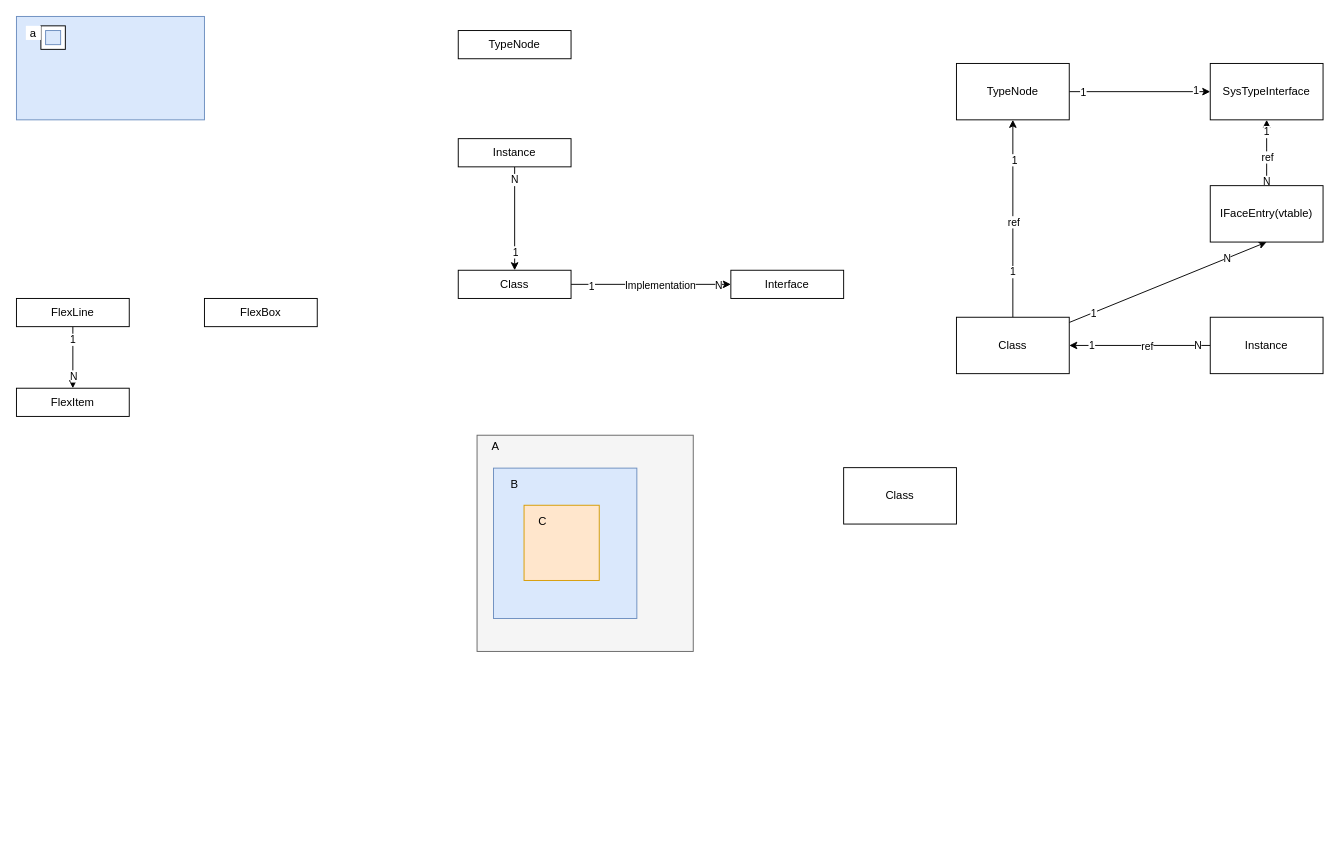
Before: doc/layout_demo.drawio in yuanronghhh/Cst, a draw.io diagram. Source tidied: cells renumbered, new cells numbered last; positions are measured from the earlier drawing's top-left corner, leaving out a move shared by most shapes. Both pictures are drawn from the tidied source at 94%, with x=0, y=0 at pixel (16, 16).
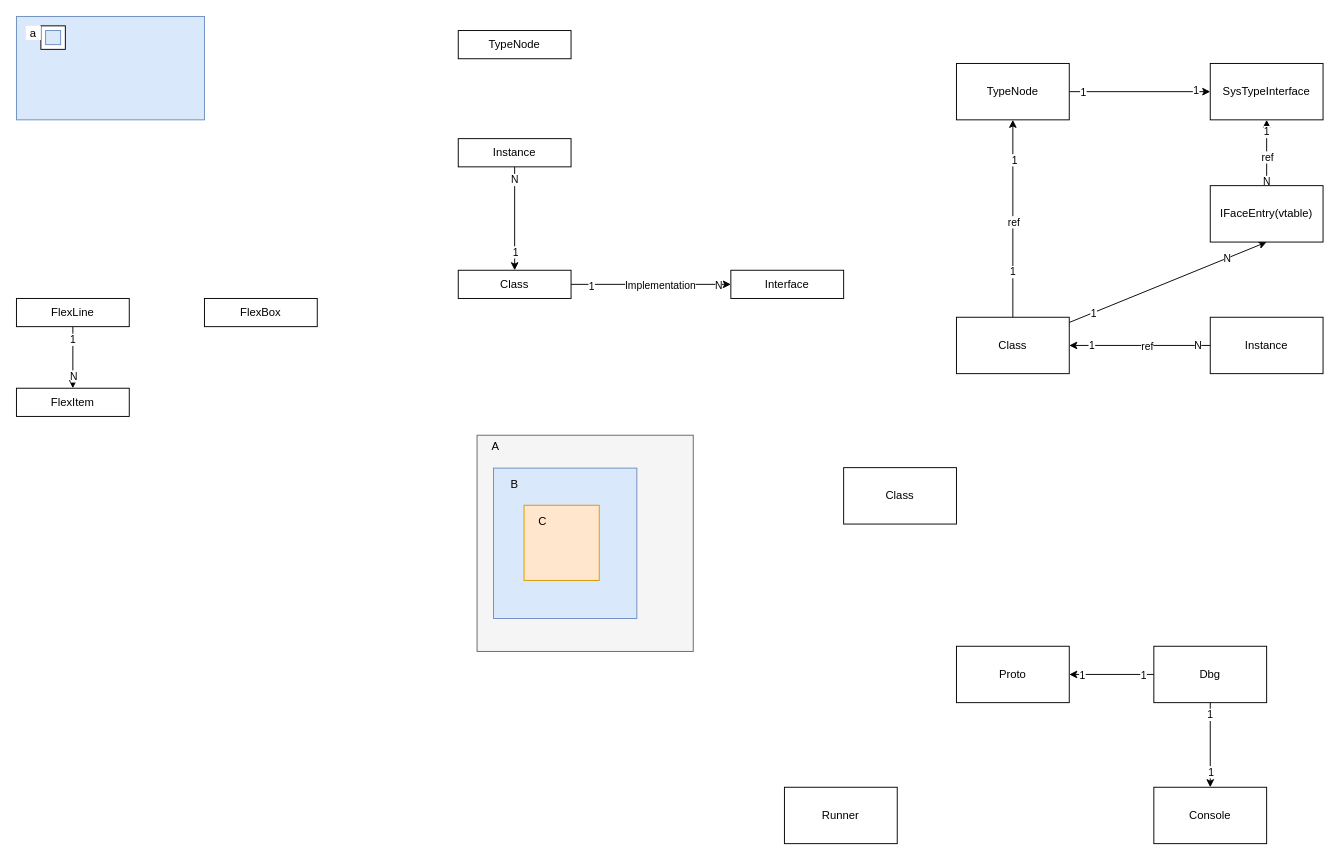
Above is the later version.

The edit, as a diff of the source:
```diff
@@
+    <mxCell id="54" value="Proto" style="rounded=0;whiteSpace=wrap;html=1;" parent="1" vertex="1">
+      <mxGeometry x="1000" y="670" width="120" height="60" as="geometry" />
+    </mxCell>
+    <mxCell id="55" value="Console" style="rounded=0;whiteSpace=wrap;html=1;" parent="1" vertex="1">
+      <mxGeometry x="1210" y="820" width="120" height="60" as="geometry" />
+    </mxCell>
+    <mxCell id="56" style="rounded=0;jettySize=auto;html=1;" parent="1" edge="1" source="62" target="54">
+      <mxGeometry relative="1" as="geometry" />
+    </mxCell>
+    <mxCell id="57" value="1" style="edgeLabel;html=1;align=center;verticalAlign=middle;" parent="56" vertex="1">
+      <mxGeometry x="-0.74" y="2" relative="1" as="geometry">
+        <mxPoint y="-2" as="offset" />
+      </mxGeometry>
+    </mxCell>
+    <mxCell id="58" value="1" style="edgeLabel;html=1;align=center;verticalAlign=middle;" parent="56" vertex="1">
+      <mxGeometry x="0.72" y="2" relative="1" as="geometry">
+        <mxPoint y="-2" as="offset" />
+      </mxGeometry>
+    </mxCell>
+    <mxCell id="59" style="rounded=0;jettySize=auto;html=1;entryX=0.5;entryY=0;entryDx=0;entryDy=0;" parent="1" edge="1" source="62" target="55">
+      <mxGeometry relative="1" as="geometry" />
+    </mxCell>
+    <mxCell id="60" value="1" style="edgeLabel;html=1;align=center;verticalAlign=middle;" parent="59" vertex="1">
+      <mxGeometry x="-0.74" y="-4" relative="1" as="geometry">
+        <mxPoint x="3" as="offset" />
+      </mxGeometry>
+    </mxCell>
+    <mxCell id="61" value="1" style="edgeLabel;html=1;align=center;verticalAlign=middle;" parent="59" vertex="1">
+      <mxGeometry x="0.63" relative="1" as="geometry" />
+    </mxCell>
+    <mxCell id="62" value="Dbg" style="rounded=0;whiteSpace=wrap;html=1;" parent="1" vertex="1">
+      <mxGeometry x="1210" y="670" width="120" height="60" as="geometry" />
+    </mxCell>
+    <mxCell id="63" value="Runner" style="rounded=0;whiteSpace=wrap;html=1;" parent="1" vertex="1">
+      <mxGeometry x="817" y="820" width="120" height="60" as="geometry" />
+    </mxCell>
```
